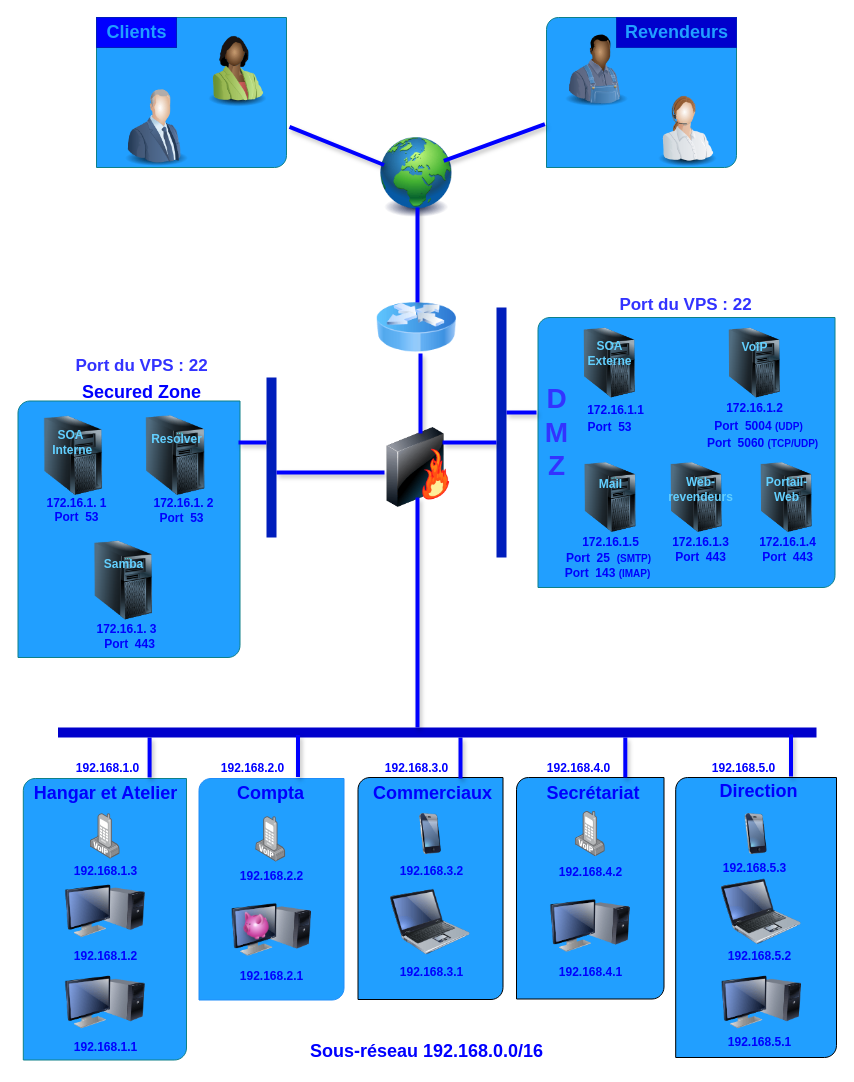
This is schema.drawio from CardinPatson/SysAdmin, a draw.io file, before an edit. Source tidied: cells renumbered, new cells numbered last; positions are measured from the earlier drawing's top-left corner, leaving out a move shared by most shapes. Both pictures are drawn from the tidied source at 100%, with x=0, y=0 at pixel (18, 17).
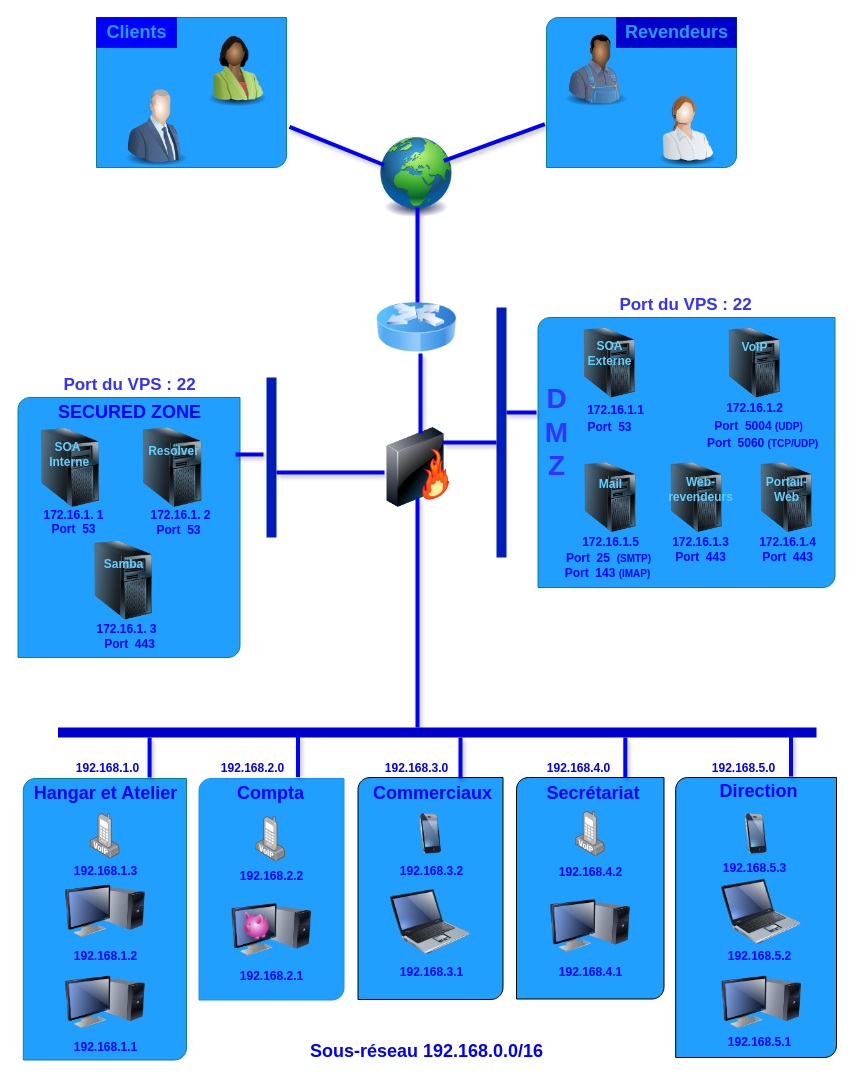
Above is the later version.

Commit message:
schema mis à jour

The edit, as a diff of the source:
```diff
@@
-    <mxCell id="11" value="Secured Zone" style="text;html=1;align=center;verticalAlign=middle;strokeColor=none;fillColor=none;fontStyle=1;fontSize=18;fontColor=#0000FF;rounded=0;" parent="1" vertex="1">
-      <mxGeometry x="58" y="360" width="130" height="30" as="geometry" />
-    </mxCell>
@@
     <mxCell id="14" style="verticalLabelPosition=bottom;verticalAlign=top;html=1;shape=mxgraph.basic.diag_round_rect;dx=6;shadow=0;fontSize=28;fillColor=#219FFF;rounded=0;strokeColor=#0e8088;" parent="1" vertex="1">
-      <mxGeometry x="-0.5" y="383.5" width="222" height="256.5" as="geometry" />
+      <mxGeometry x="-0.5" y="380" width="222" height="260" as="geometry" />
     </mxCell>
@@
     <mxCell id="17" style="image;html=1;image=img/lib/clip_art/computers/Server_Tower_128x128.png;shadow=0;fontSize=18;fontColor=#66FFFF;fillColor=none;rounded=0;" parent="1" vertex="1">
-      <mxGeometry x="117" y="398" width="80" height="80" as="geometry" />
+      <mxGeometry x="114" y="410" width="80" height="80" as="geometry" />
     </mxCell>
@@
     <mxCell id="41" style="line;strokeWidth=4;html=1;perimeter=backbonePerimeter;shadow=1;sketch=0;fontSize=18;fontColor=#63D0FF;fillColor=#1ba1e2;strokeColor=#0000FF;" parent="1" vertex="1">
-      <mxGeometry x="220" y="420" width="28" height="10" as="geometry" />
+      <mxGeometry x="217" y="432" width="28" height="10" as="geometry" />
     </mxCell>
@@
     <mxCell id="47" value="&lt;font style=&quot;font-size: 12px&quot;&gt;Resolver&lt;/font&gt;" style="text;html=1;align=center;verticalAlign=middle;strokeColor=none;fillColor=none;fontSize=14;fontColor=#63D0FF;fontStyle=1;" parent="1" vertex="1">
-      <mxGeometry x="127" y="410" width="61" height="22" as="geometry" />
+      <mxGeometry x="124" y="422" width="61" height="22" as="geometry" />
     </mxCell>
@@
     <mxCell id="56" value="172.16.1. 1" style="text;html=1;align=center;verticalAlign=middle;strokeColor=none;fillColor=none;fontColor=#0000FF;fontStyle=1;" parent="1" vertex="1">
-      <mxGeometry x="23" y="476.5" width="70" height="18" as="geometry" />
+      <mxGeometry x="20" y="488.5" width="70" height="18" as="geometry" />
     </mxCell>
@@
     <mxCell id="59" value="172.16.1. 2" style="text;html=1;align=center;verticalAlign=middle;strokeColor=none;fillColor=none;fontColor=#0000FF;fontStyle=1;" parent="1" vertex="1">
-      <mxGeometry x="130" y="476.5" width="70" height="18" as="geometry" />
+      <mxGeometry x="127" y="488.5" width="70" height="18" as="geometry" />
     </mxCell>
@@
     <mxCell id="74" value="Port&amp;nbsp; 53" style="text;html=1;align=center;verticalAlign=middle;strokeColor=none;fillColor=none;fontColor=#0000FF;fontStyle=1;" parent="1" vertex="1">
-      <mxGeometry x="136" y="491.5" width="54" height="18" as="geometry" />
+      <mxGeometry x="133" y="503.5" width="54" height="18" as="geometry" />
     </mxCell>
     <mxCell id="75" value="Port&amp;nbsp; 53" style="text;html=1;align=center;verticalAlign=middle;strokeColor=none;fillColor=none;fontColor=#0000FF;fontStyle=1;" parent="1" vertex="1">
-      <mxGeometry x="31" y="491" width="54" height="18" as="geometry" />
+      <mxGeometry x="28" y="503" width="54" height="18" as="geometry" />
     </mxCell>
@@
     <mxCell id="83" value="Port du VPS : 22" style="text;html=1;align=center;verticalAlign=middle;strokeColor=none;fillColor=none;fontSize=17;fontColor=#3333FF;fontStyle=1;" parent="1" vertex="1">
-      <mxGeometry x="52" y="337" width="142" height="24" as="geometry" />
+      <mxGeometry x="39.5" y="356" width="142" height="24" as="geometry" />
     </mxCell>
@@
     <mxCell id="106" style="image;html=1;image=img/lib/clip_art/computers/Server_Tower_128x128.png;shadow=0;fontSize=18;fontColor=#66FFFF;fillColor=none;rounded=0;" parent="1" vertex="1">
-      <mxGeometry x="7.8" y="398.7" width="94.2" height="79.3" as="geometry" />
+      <mxGeometry x="4.8" y="410.7" width="94.2" height="79.3" as="geometry" />
     </mxCell>
@@
     <mxCell id="110" value="&lt;b&gt;SOA&lt;br&gt;&amp;nbsp;Interne&lt;/b&gt;" style="text;html=1;align=center;verticalAlign=middle;strokeColor=none;fillColor=none;fontSize=12;fontColor=#63D0FF;" parent="1" vertex="1">
-      <mxGeometry x="25" y="409" width="53" height="32" as="geometry" />
+      <mxGeometry x="22" y="421" width="53" height="32" as="geometry" />
     </mxCell>
+    <mxCell id="111" value="&lt;span style=&quot;color: rgb(0 , 0 , 255) ; font-size: 18px ; font-weight: 700&quot;&gt;SECURED ZONE&lt;/span&gt;" style="text;html=1;align=center;verticalAlign=middle;strokeColor=none;fillColor=none;fontSize=12;fontColor=#219FFF;" parent="1" vertex="1">
+      <mxGeometry x="34" y="385" width="153" height="20" as="geometry" />
+    </mxCell>
```
